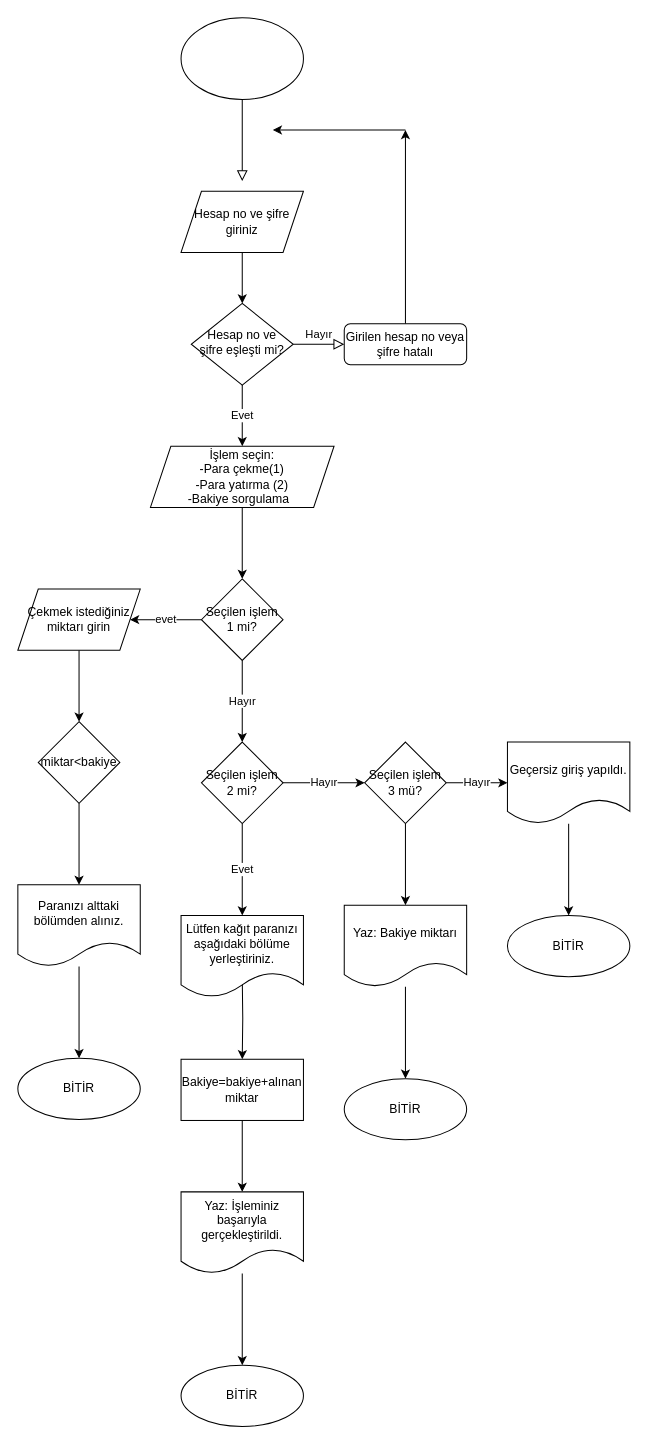
Above: akıs dıyagramı.drawio in busraugurx/algoritm (draw.io), before the change. Source tidied: cells renumbered, new cells numbered last; positions are measured from the earlier drawing's top-left corner, leaving out a move shared by most shapes. Both pictures are drawn from the tidied source at 102%, with x=0, y=0 at pixel (17, 17).
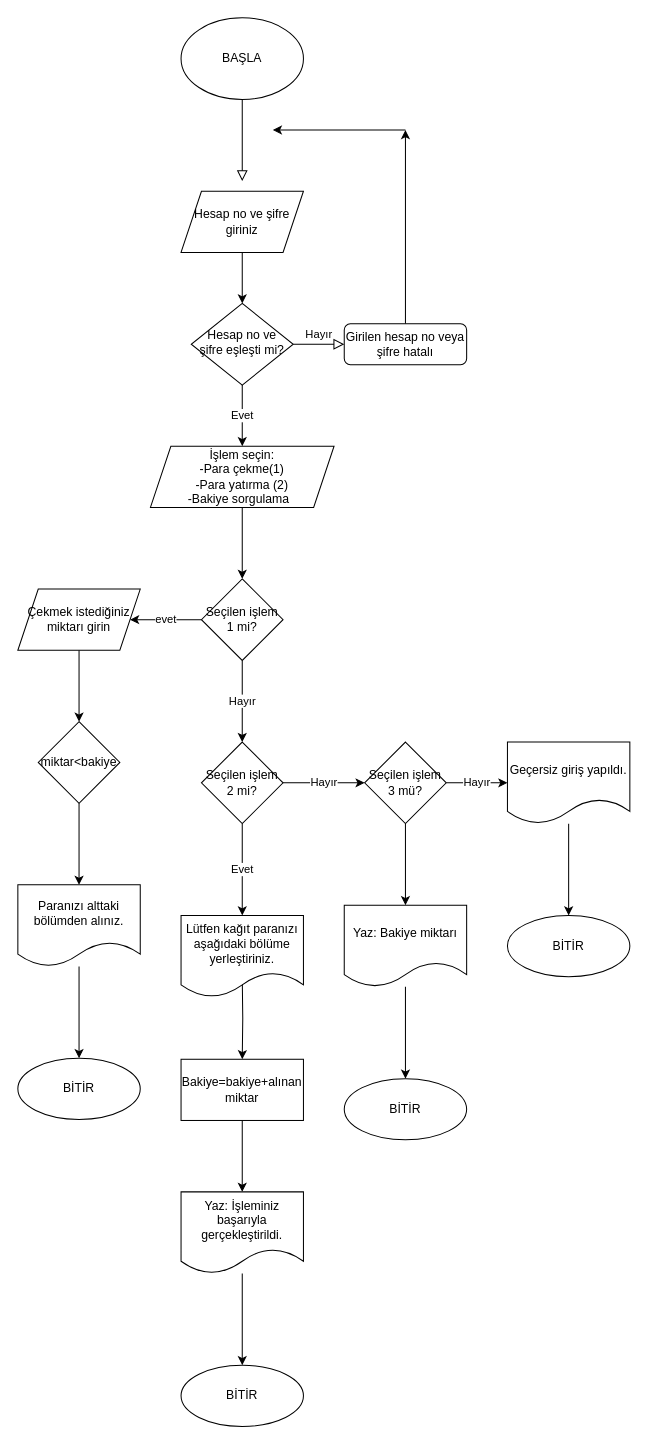
After the change.

What changed in the source:
```diff
@@
-    <mxCell id="42" style="ellipse;whiteSpace=wrap;html=1;labelBackgroundColor=none;" parent="1" vertex="1">
+    <mxCell id="42" value="BAŞLA" style="ellipse;whiteSpace=wrap;html=1;labelBackgroundColor=none;" parent="1" vertex="1">
       <mxGeometry x="160" width="120" height="80" as="geometry" />
     </mxCell>
```
